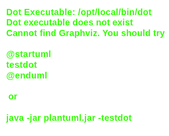
Before: docs/assets/img/uml/overview/cat-harness/library.landscape.svg, a diagram exported from PlantUML (litlfred/cat-harness). The source it was exported from:
```plantuml
@startuml
left to right direction
skinparam linetype polyline
skinparam nodesep 70
skinparam ranksep 160
!theme plain
skinparam classAttributeIconSize 0
skinparam shadowing false
skinparam packageStyle rectangle
hide empty methods

package "cat-harness/library" as pkg_cat_harness_library <<library>> {
  class "folio-document-images/v1" as cat_harness_library_folio_document_images_v1_folio_document_images_v1 <<json: ImagesSidecarSchema>> #f4f4f1 {
    $schema [1] : 'folio-document-images/v1'
    doc_id [1] : string
    images [1] : object[] | null
    undetermined_reason [0..1] : string
  }
  class "folio-image-verdicts/v1" as cat_harness_library_folio_image_verdicts_v1 <<ts: VerdictFile>> #f4f4f1 {
    inspected_by [1] : unknown
    inspected_at [1] : string
    attribution [0..1] : Record<string, { inspected_by: unknown; inspected_at: string }>
    verdicts [1] : Record<string, Record<string, Verdict>>
  }
  class "folio-vector-labels/v1" as cat_harness_library_folio_vector_labels_v1_folio_vector_labels_v1 <<json: VectorLabelsSidecarSchema>> #f4f4f1 {
    $schema [1] : 'folio-vector-labels/v1'
    doc_id [1] : string
    pages [1] : object[] | null
    undetermined_reason [0..1] : string
  }
  class "folio-vector-figures/v1" as cat_harness_library_folio_vector_figures_v1_folio_vector_figures_v1 <<json: VectorFiguresSidecarSchema>> #f4f4f1 {
    $schema [1] : 'folio-vector-figures/v1'
    doc_id [1] : string
    figures [1] : object[] | null
    undetermined_reason [0..1] : string
  }
  class "folio-figure-descriptions/v1" as cat_harness_library_folio_figure_descriptions_v1_folio_figure_descriptions_v1 <<json: FigureDescriptionsFileSchema>> #f4f4f1 {
    $schema [1] : 'folio-figure-descriptions/v1'
    _comment [0..1] : string
    descriptions [1] : map<object[]>
  }
  class "Superseded" as cat_harness_library_folio_block_summaries_v1_Superseded <<json: BlockSummariesSidecarSchema>> #f4f4f1 {
    text [1] : string | null
    state [1] : not-authored | draft | confirmed | rejected
    drafted_by [0..1] : object
    drafted_at [0..1] : string
    confirmed_by [0..1] : object
    confirmed_at [0..1] : string
    rejected_by [0..1] : object
    rejected_at [0..1] : string
    rejection_reason [0..1] : string
  }
  class "Summary" as cat_harness_library_folio_block_summaries_v1_Summary <<json: BlockSummariesSidecarSchema>> #f4f4f1 {
    block [1] : string
    source [1] : string
    source_hash [1] : string
    narrative [1] : object
    superseded [0..*] : Superseded[]
  }
  class "folio-block-summaries/v1" as cat_harness_library_folio_block_summaries_v1_folio_block_summaries_v1 <<json: BlockSummariesSidecarSchema>> #f4f4f1 {
    $schema [1] : 'folio-block-summaries/v1'
    entry [1] : string
    summaries [0..*] : Summary[]
  }
  class "Document" as cat_harness_library_folio_keywords_v1_Document <<json: KeywordsFileSchema>> #f4f4f1 {
    term [1] : string
    score [1] : number
    evidence [0..*] : heading[]
  }
  class "folio-keywords/v1" as cat_harness_library_folio_keywords_v1_folio_keywords_v1 <<json: KeywordsFileSchema>> #f4f4f1 {
    $schema [1] : 'folio-keywords/v1'
    entry [1] : string
    corpus [1] : object
    document [0..*] : Document[]
    sections [1] : map<object[]>
  }
  class "folio-slides-accessibility/v1" as cat_harness_library_folio_slides_accessibility_v1_folio_slides_accessibility_v1 <<json: SlidesAccessibilitySchema>> #f4f4f1 {
    $schema [1] : 'folio-slides-accessibility/v1'
    source [1] : object
    format [1] : pptx | odp
    slides [1] : integer
    checks [1] : object
  }
  class "Outline" as cat_harness_library_folio_referenced_source_v1_Outline <<json: ReferencedSourceSchema>> #f4f4f1 {
    level [1] : integer
    title [1] : string
    page [1] : integer | null
  }
  class "folio-referenced-source/v1" as cat_harness_library_folio_referenced_source_v1_folio_referenced_source_v1 <<json: ReferencedSourceSchema>> #f4f4f1 {
    $schema [1] : 'folio-referenced-source/v1'
    identity [1] : object
    source [1] : object
    outline [0..*] : Outline[]
    outline_source [1] : embedded | none
    materialization [1] : object
    withheld [1] : object
    links [0..*] : object[]
  }
}

cat_harness_library_folio_block_summaries_v1_Summary *-- "0..*" cat_harness_library_folio_block_summaries_v1_Superseded : superseded
cat_harness_library_folio_block_summaries_v1_folio_block_summaries_v1 *-- "0..*" cat_harness_library_folio_block_summaries_v1_Summary : summaries
cat_harness_library_folio_keywords_v1_folio_keywords_v1 *-- "0..*" cat_harness_library_folio_keywords_v1_Document : document
cat_harness_library_folio_referenced_source_v1_folio_referenced_source_v1 *-- "0..*" cat_harness_library_folio_referenced_source_v1_Outline : outline
@enduml
```
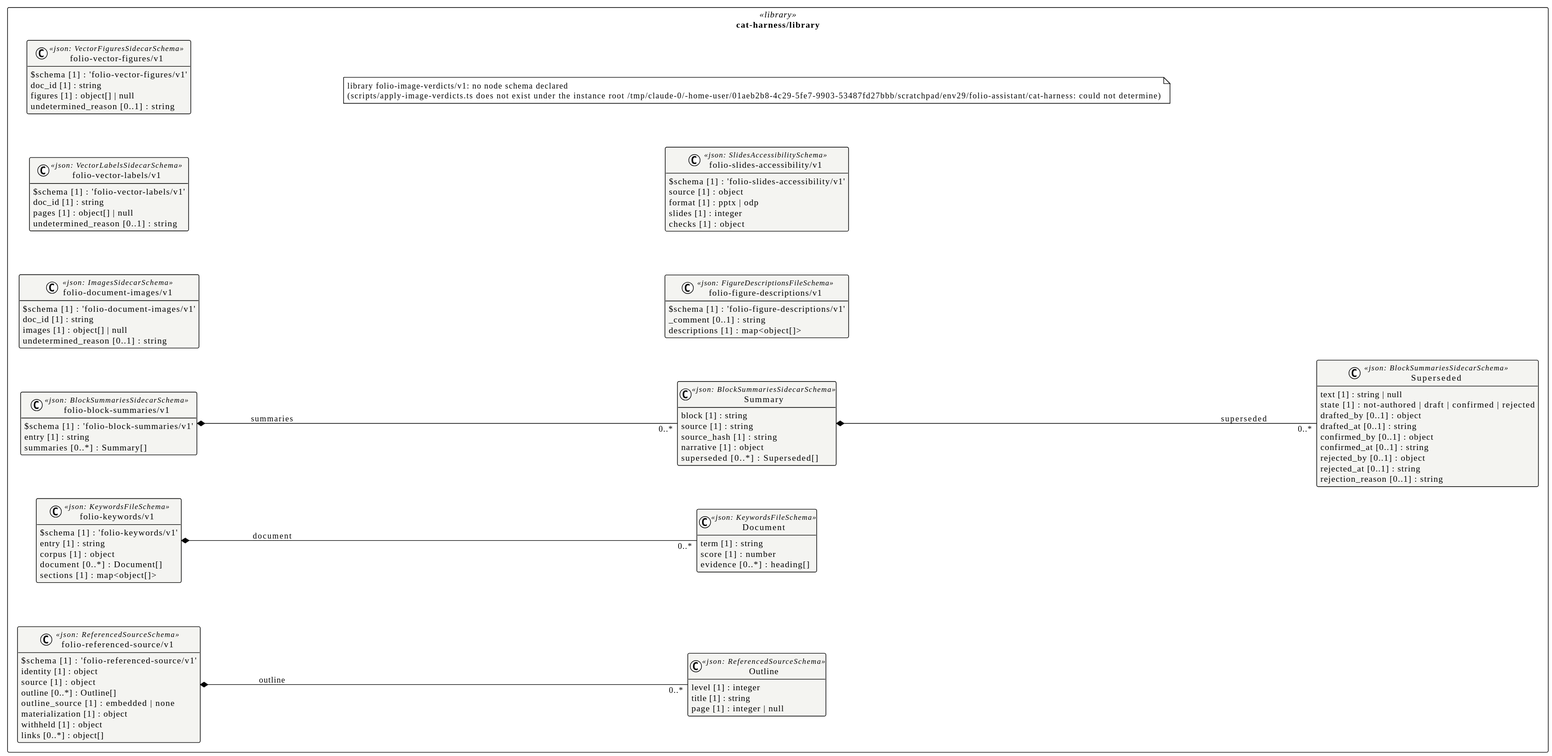
After the change.

Change to the diagram source:
```diff
@@ -15,12 +15,6 @@
     doc_id [1] : string
     images [1] : object[] | null
     undetermined_reason [0..1] : string
-  }
-  class "folio-image-verdicts/v1" as cat_harness_library_folio_image_verdicts_v1 <<ts: VerdictFile>> #f4f4f1 {
-    inspected_by [1] : unknown
-    inspected_at [1] : string
-    attribution [0..1] : Record<string, { inspected_by: unknown; inspected_at: string }>
-    verdicts [1] : Record<string, Record<string, Verdict>>
   }
   class "folio-vector-labels/v1" as cat_harness_library_folio_vector_labels_v1_folio_vector_labels_v1 <<json: VectorLabelsSidecarSchema>> #f4f4f1 {
     $schema [1] : 'folio-vector-labels/v1'
@@ -96,6 +90,7 @@
     withheld [1] : object
     links [0..*] : object[]
   }
+  note "library folio-image-verdicts/v1: no node schema declared\n(scripts/apply-image-verdicts.ts does not exist under the instance root /tmp/claude-0/-home-user/01aeb2b8-4c29-5fe7-9903-53487fd27bbb/scratchpad/env29/folio-assistant/cat-harness: could not determine)" as n_cat_harness_library_library_folio_image_verdicts_v1
 }
 
 cat_harness_library_folio_block_summaries_v1_Summary *-- "0..*" cat_harness_library_folio_block_summaries_v1_Superseded : superseded
```
